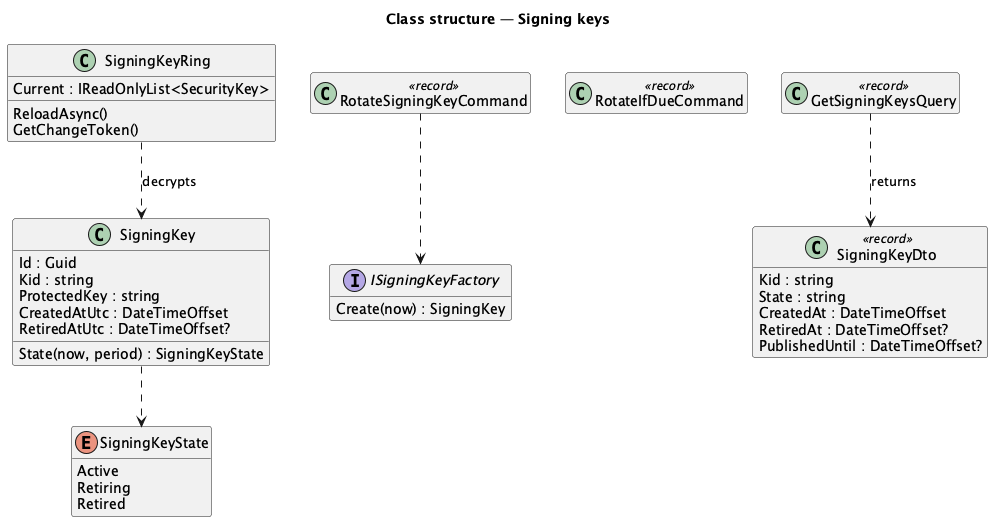
QuinntyneBrown/ingresso keeps this PlantUML diagram as docs/detailed-designs/identity-provider/signing-keys/diagrams/class-structure.png. Above is the earlier version.
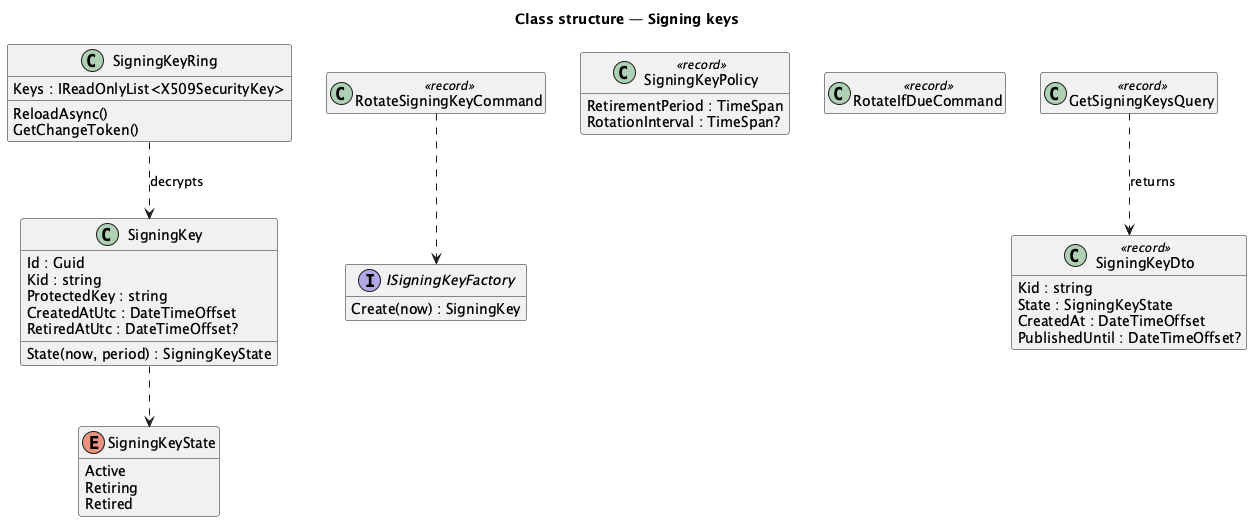
The same diagram one commit later.

Commit message:
docs(identity-provider): align the signing-keys design and estimate with the build

What changed in the source:
```diff
@@ -17,18 +17,21 @@
 interface ISigningKeyFactory {
   Create(now) : SigningKey
 }
+class SigningKeyPolicy <<record>> {
+  RetirementPeriod : TimeSpan
+  RotationInterval : TimeSpan?
+}
 class RotateSigningKeyCommand <<record>>
 class RotateIfDueCommand <<record>>
 class GetSigningKeysQuery <<record>>
 class SigningKeyDto <<record>> {
   Kid : string
-  State : string
+  State : SigningKeyState
   CreatedAt : DateTimeOffset
-  RetiredAt : DateTimeOffset?
   PublishedUntil : DateTimeOffset?
 }
 class SigningKeyRing {
-  Current : IReadOnlyList<SecurityKey>
+  Keys : IReadOnlyList<X509SecurityKey>
   ReloadAsync()
   GetChangeToken()
 }
```
